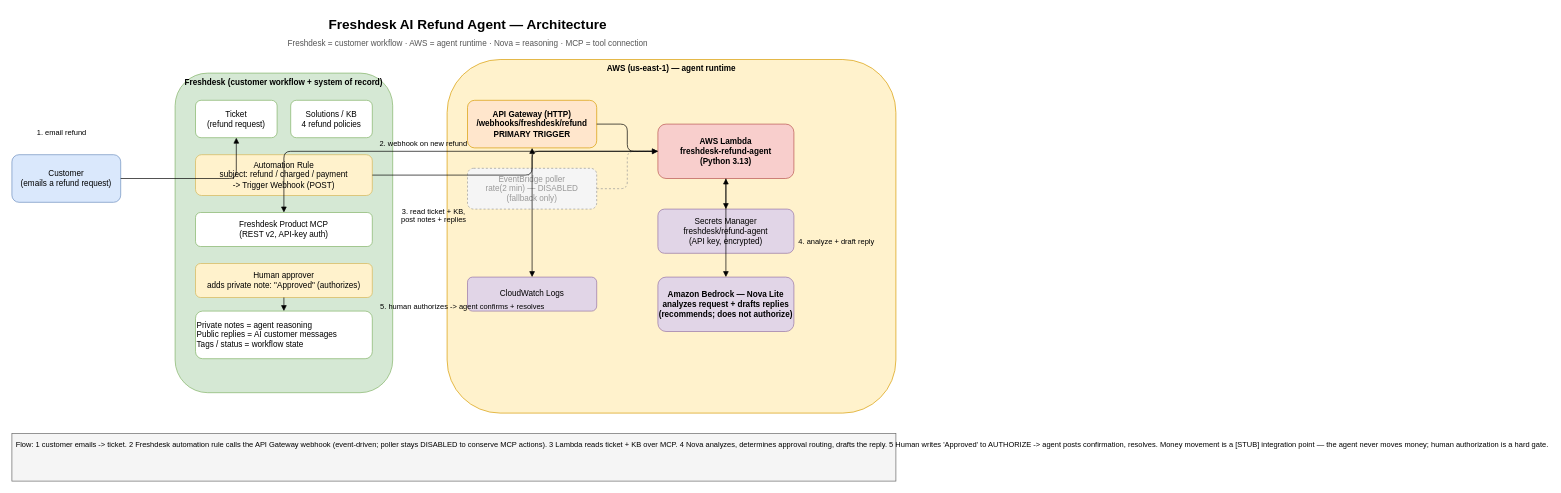
The draw.io diagram docs/architecture.drawio in dineshrajdhanapathyDD/Freshdesk-AI-Refund-Agent---KnowFlow, before the edit. Source tidied: cells renumbered, new cells numbered last; positions are measured from the earlier drawing's top-left corner, leaving out a move shared by most shapes. Both pictures are drawn from the tidied source at 68%, with x=0, y=0 at pixel (12, 12).
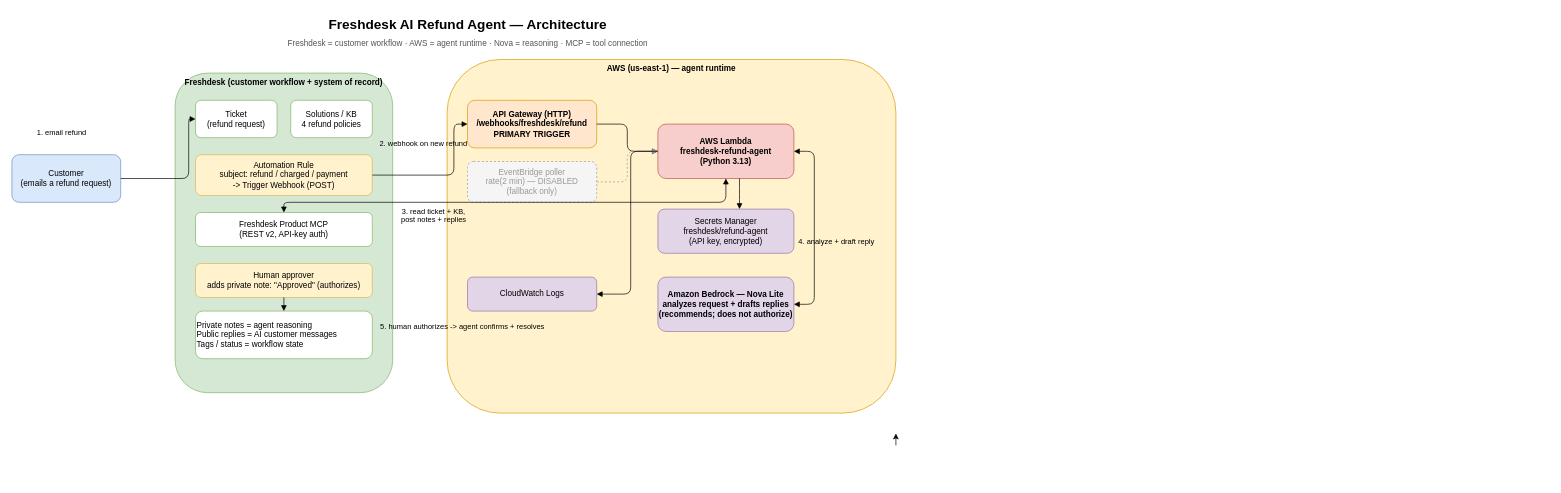
The same page after the edit.

The change refers to these unchanged cells:
```xml
<mxCell id="4" value="Customer&#10;(emails a refund request)" style="rounded=1;whiteSpace=wrap;html=1;fillColor=#dae8fc;strokeColor=#6c8ebf;" parent="1" vertex="1">
  <mxGeometry y="210" width="160" height="70" as="geometry" />
</mxCell>
<mxCell id="6" value="Ticket&#10;(refund request)" style="rounded=1;whiteSpace=wrap;html=1;fillColor=#ffffff;strokeColor=#82b366;" parent="1" vertex="1">
  <mxGeometry x="270" y="130" width="120" height="55" as="geometry" />
</mxCell>
<mxCell id="8" value="Automation Rule&#10;subject: refund / charged / payment&#10;-&gt; Trigger Webhook (POST)" style="rounded=1;whiteSpace=wrap;html=1;fillColor=#fff2cc;strokeColor=#d6b656;" parent="1" vertex="1">
  <mxGeometry x="270" y="210" width="260" height="60" as="geometry" />
</mxCell>
<mxCell id="9" value="Freshdesk Product MCP&#10;(REST v2, API-key auth)" style="rounded=1;whiteSpace=wrap;html=1;fillColor=#ffffff;strokeColor=#82b366;" parent="1" vertex="1">
  <mxGeometry x="270" y="295" width="260" height="50" as="geometry" />
</mxCell>
<mxCell id="13" value="API Gateway (HTTP)&#10;/webhooks/freshdesk/refund&#10;PRIMARY TRIGGER" style="rounded=1;whiteSpace=wrap;html=1;fillColor=#ffe6cc;strokeColor=#d79b00;fontStyle=1;" parent="1" vertex="1">
  <mxGeometry x="670" y="130" width="190" height="70" as="geometry" />
</mxCell>
<mxCell id="15" value="AWS Lambda&#10;freshdesk-refund-agent&#10;(Python 3.13)" style="rounded=1;whiteSpace=wrap;html=1;fillColor=#f8cecc;strokeColor=#b85450;fontStyle=1;" parent="1" vertex="1">
  <mxGeometry x="950" y="165" width="200" height="80" as="geometry" />
</mxCell>
<mxCell id="16" value="Secrets Manager&#10;freshdesk/refund-agent&#10;(API key, encrypted)" style="rounded=1;whiteSpace=wrap;html=1;fillColor=#e1d5e7;strokeColor=#9673a6;" parent="1" vertex="1">
  <mxGeometry x="950" y="290" width="200" height="65" as="geometry" />
</mxCell>
<mxCell id="17" value="Amazon Bedrock — Nova Lite&#10;analyzes request + drafts replies&#10;(recommends; does not authorize)" style="rounded=1;whiteSpace=wrap;html=1;fillColor=#e1d5e7;strokeColor=#9673a6;fontStyle=1;" parent="1" vertex="1">
  <mxGeometry x="950" y="390" width="200" height="80" as="geometry" />
</mxCell>
<mxCell id="18" value="CloudWatch Logs" style="rounded=1;whiteSpace=wrap;html=1;fillColor=#e1d5e7;strokeColor=#9673a6;" parent="1" vertex="1">
  <mxGeometry x="670" y="390" width="190" height="50" as="geometry" />
</mxCell>
```

Change to the diagram source:
```diff
@@
     <mxCell id="14" value="EventBridge poller&#10;rate(2 min) — DISABLED&#10;(fallback only)" style="rounded=1;whiteSpace=wrap;html=1;fillColor=#f5f5f5;strokeColor=#999999;fontColor=#999999;dashed=1;" parent="1" vertex="1">
-      <mxGeometry x="670" y="230" width="190" height="60" as="geometry" />
+      <mxGeometry x="670" y="220" width="190" height="60" as="geometry" />
     </mxCell>
@@
     <mxCell id="19" style="edgeStyle=orthogonalEdgeStyle;rounded=1;html=1;endArrow=block;" parent="1" edge="1" source="4" target="6">
-      <mxGeometry relative="1" as="geometry" />
+      <mxGeometry relative="1" as="geometry">
+        <Array as="points">
+          <mxPoint x="260" y="245" />
+          <mxPoint x="260" y="157.5" />
+        </Array>
+      </mxGeometry>
     </mxCell>
@@
     <mxCell id="21" style="edgeStyle=orthogonalEdgeStyle;rounded=1;html=1;endArrow=block;" parent="1" edge="1" source="8" target="13">
-      <mxGeometry relative="1" as="geometry" />
+      <mxGeometry relative="1" as="geometry">
+        <Array as="points">
+          <mxPoint x="650" y="240" />
+          <mxPoint x="650" y="165" />
+        </Array>
+      </mxGeometry>
     </mxCell>
@@
     <mxCell id="25" style="edgeStyle=orthogonalEdgeStyle;rounded=1;html=1;endArrow=block;startArrow=block;" parent="1" edge="1" source="15" target="9">
-      <mxGeometry relative="1" as="geometry" />
+      <mxGeometry relative="1" as="geometry">
+        <Array as="points">
+          <mxPoint x="1050" y="280" />
+          <mxPoint x="400" y="280" />
+        </Array>
+      </mxGeometry>
     </mxCell>
@@
     <mxCell id="27" style="edgeStyle=orthogonalEdgeStyle;rounded=1;html=1;endArrow=block;" parent="1" edge="1" source="15" target="16">
-      <mxGeometry relative="1" as="geometry" />
+      <mxGeometry relative="1" as="geometry">
+        <Array as="points">
+          <mxPoint x="1070" y="270" />
+          <mxPoint x="1070" y="270" />
+        </Array>
+      </mxGeometry>
     </mxCell>
     <mxCell id="28" style="edgeStyle=orthogonalEdgeStyle;rounded=1;html=1;endArrow=block;startArrow=block;" parent="1" edge="1" source="15" target="17">
-      <mxGeometry relative="1" as="geometry" />
+      <mxGeometry relative="1" as="geometry">
+        <Array as="points">
+          <mxPoint x="1180" y="205" />
+          <mxPoint x="1180" y="430" />
+        </Array>
+      </mxGeometry>
     </mxCell>
@@
     <mxCell id="30" style="edgeStyle=orthogonalEdgeStyle;rounded=1;html=1;endArrow=block;" parent="1" edge="1" source="15" target="18">
-      <mxGeometry relative="1" as="geometry" />
+      <mxGeometry relative="1" as="geometry">
+        <Array as="points">
+          <mxPoint x="910" y="205" />
+          <mxPoint x="910" y="415" />
+        </Array>
+      </mxGeometry>
     </mxCell>
@@
     <mxCell id="32" value="5. human authorizes -&gt; agent confirms + resolves" style="text;html=1;fontSize=11;" parent="1" vertex="1">
-      <mxGeometry x="540" y="420" width="120" height="30" as="geometry" />
+      <mxGeometry x="540" y="450" width="120" height="30" as="geometry" />
     </mxCell>
-    <mxCell id="33" value="Flow:  1 customer emails -&gt; ticket.  2 Freshdesk automation rule calls the API Gateway webhook (event-driven; poller stays DISABLED to conserve MCP actions).  3 Lambda reads ticket + KB over MCP.  4 Nova analyzes, determines approval routing, drafts the reply.  5 Human writes 'Approved' to AUTHORIZE -&gt; agent posts confirmation, resolves.  Money movement is a [STUB] integration point — the agent never moves money; human authorization is a hard gate." style="text;html=1;fontSize=11;align=left;verticalAlign=top;fillColor=#f5f5f5;strokeColor=#666666;spacing=6;" parent="1" vertex="1">
-      <mxGeometry y="620" width="1300" height="70" as="geometry" />
-    </mxCell>
+    <mxCell id="34" style="edgeStyle=orthogonalEdgeStyle;rounded=0;orthogonalLoop=1;jettySize=auto;html=1;innerLoopWaypoints=1;exitX=1;exitY=0.25;exitDx=0;exitDy=0;entryX=1;entryY=0;entryDx=0;entryDy=0;" parent="1" edge="1">
+      <mxGeometry relative="1" as="geometry">
+        <mxPoint x="1300" y="637.5" as="sourcePoint" />
+        <mxPoint x="1300" y="620" as="targetPoint" />
+      </mxGeometry>
+    </mxCell>
```
